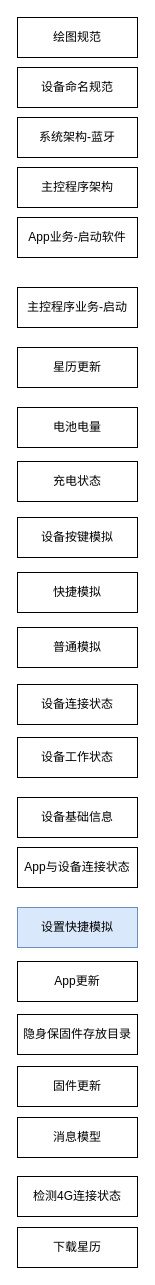
The draw.io diagram page "目录" (3 of 27) of 隐身保arm版-业务流程-V1.0-20221028-1.drawio in kyphoon/ysb_drawio_tree, before the edit. Source tidied: cells renumbered, new cells numbered last; positions are measured from the earlier drawing's top-left corner, leaving out a move shared by most shapes. Both pictures are drawn from the tidied source at 100%, with x=0, y=0 at pixel (17, 17).
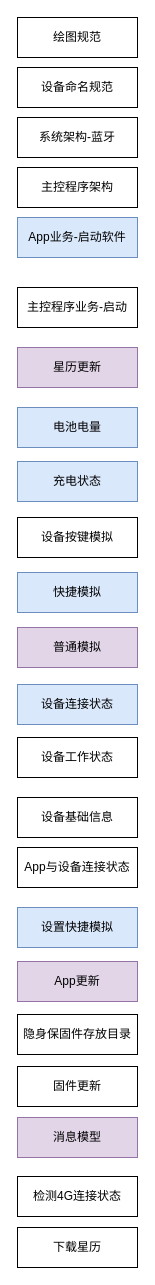
After the change.

The edit, as a diff of the source:
```diff
@@
-    <mxCell id="2" value="App业务-启动软件" style="rounded=0;whiteSpace=wrap;html=1;" parent="1" vertex="1">
+    <mxCell id="2" value="App业务-启动软件" style="rounded=0;whiteSpace=wrap;html=1;fillColor=#dae8fc;strokeColor=#6c8ebf;" parent="1" vertex="1">
       <mxGeometry y="200" width="120" height="40" as="geometry" />
     </mxCell>
@@
-    <mxCell id="6" value="电池电量" style="rounded=0;whiteSpace=wrap;html=1;" parent="1" vertex="1">
+    <mxCell id="6" value="电池电量" style="rounded=0;whiteSpace=wrap;html=1;fillColor=#dae8fc;strokeColor=#6c8ebf;" parent="1" vertex="1">
       <mxGeometry y="390" width="120" height="40" as="geometry" />
     </mxCell>
@@
-    <mxCell id="8" value="快捷模拟" style="rounded=0;whiteSpace=wrap;html=1;" parent="1" vertex="1">
+    <mxCell id="8" value="快捷模拟" style="rounded=0;whiteSpace=wrap;html=1;fillColor=#dae8fc;strokeColor=#6c8ebf;" parent="1" vertex="1">
       <mxGeometry y="555" width="120" height="40" as="geometry" />
     </mxCell>
-    <mxCell id="9" value="普通模拟" style="rounded=0;whiteSpace=wrap;html=1;" parent="1" vertex="1">
+    <mxCell id="9" value="普通模拟" style="rounded=0;whiteSpace=wrap;html=1;fillColor=#e1d5e7;strokeColor=#9673a6;" parent="1" vertex="1">
       <mxGeometry y="610" width="120" height="40" as="geometry" />
     </mxCell>
-    <mxCell id="10" value="充电状态" style="rounded=0;whiteSpace=wrap;html=1;" parent="1" vertex="1">
+    <mxCell id="10" value="充电状态" style="rounded=0;whiteSpace=wrap;html=1;fillColor=#dae8fc;strokeColor=#6c8ebf;" parent="1" vertex="1">
       <mxGeometry y="444" width="120" height="40" as="geometry" />
     </mxCell>
@@
-    <mxCell id="13" value="消息模型" style="rounded=0;whiteSpace=wrap;html=1;" parent="1" vertex="1">
+    <mxCell id="13" value="消息模型" style="rounded=0;whiteSpace=wrap;html=1;fillColor=#e1d5e7;strokeColor=#9673a6;" parent="1" vertex="1">
       <mxGeometry y="1100" width="120" height="40" as="geometry" />
     </mxCell>
-    <mxCell id="14" value="星历更新" style="rounded=0;whiteSpace=wrap;html=1;" parent="1" vertex="1">
+    <mxCell id="14" value="星历更新" style="rounded=0;whiteSpace=wrap;html=1;fillColor=#e1d5e7;strokeColor=#9673a6;" parent="1" vertex="1">
       <mxGeometry y="330" width="120" height="40" as="geometry" />
     </mxCell>
-    <mxCell id="15" value="设备连接状态" style="rounded=0;whiteSpace=wrap;html=1;" parent="1" vertex="1">
+    <mxCell id="15" value="设备连接状态" style="rounded=0;whiteSpace=wrap;html=1;fillColor=#dae8fc;strokeColor=#6c8ebf;" parent="1" vertex="1">
       <mxGeometry y="667" width="120" height="40" as="geometry" />
     </mxCell>
@@
-    <mxCell id="18" value="App更新" style="rounded=0;whiteSpace=wrap;html=1;" parent="1" vertex="1">
+    <mxCell id="18" value="App更新" style="rounded=0;whiteSpace=wrap;html=1;fillColor=#e1d5e7;strokeColor=#9673a6;" parent="1" vertex="1">
       <mxGeometry y="944" width="120" height="40" as="geometry" />
     </mxCell>
```
